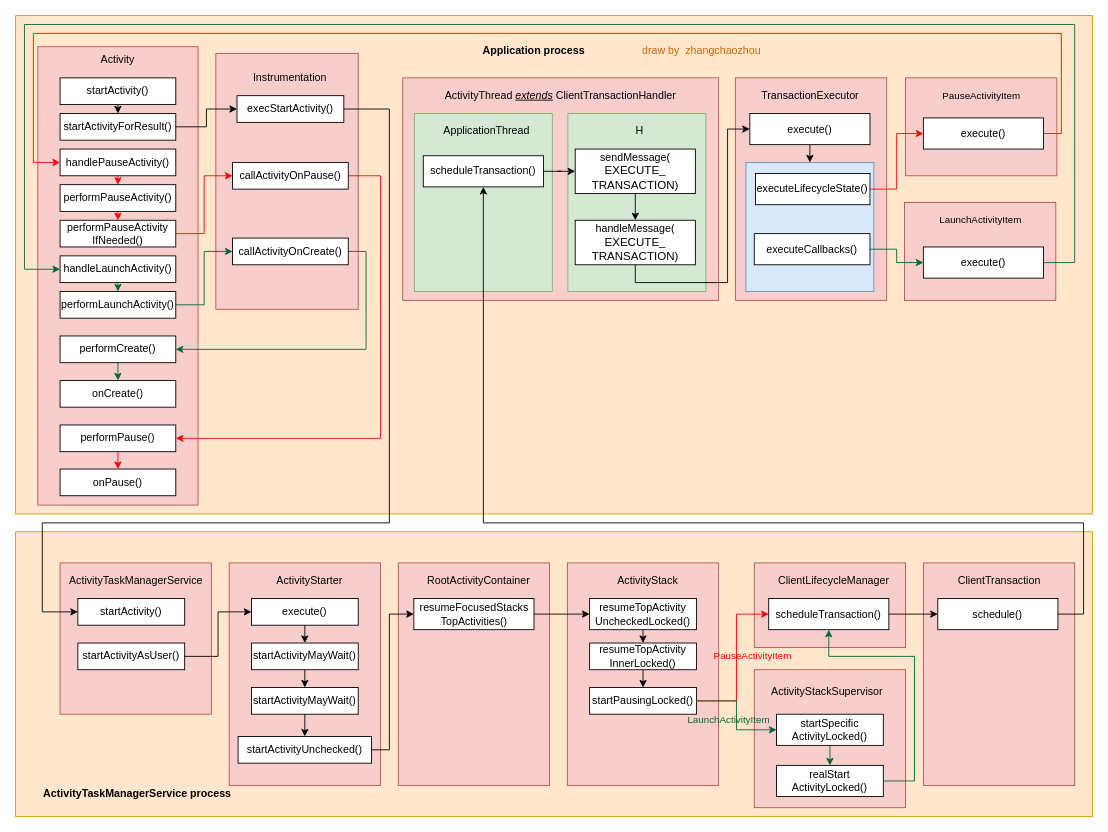
Earlier version of the draw.io diagram Android/StartActivity.drawio (chaozhouzhang/learning-summary). Source tidied: cells renumbered, new cells numbered last; positions are measured from the earlier drawing's top-left corner, leaving out a move shared by most shapes. Both pictures are drawn from the tidied source at 89%, with x=0, y=0 at pixel (15, 15).
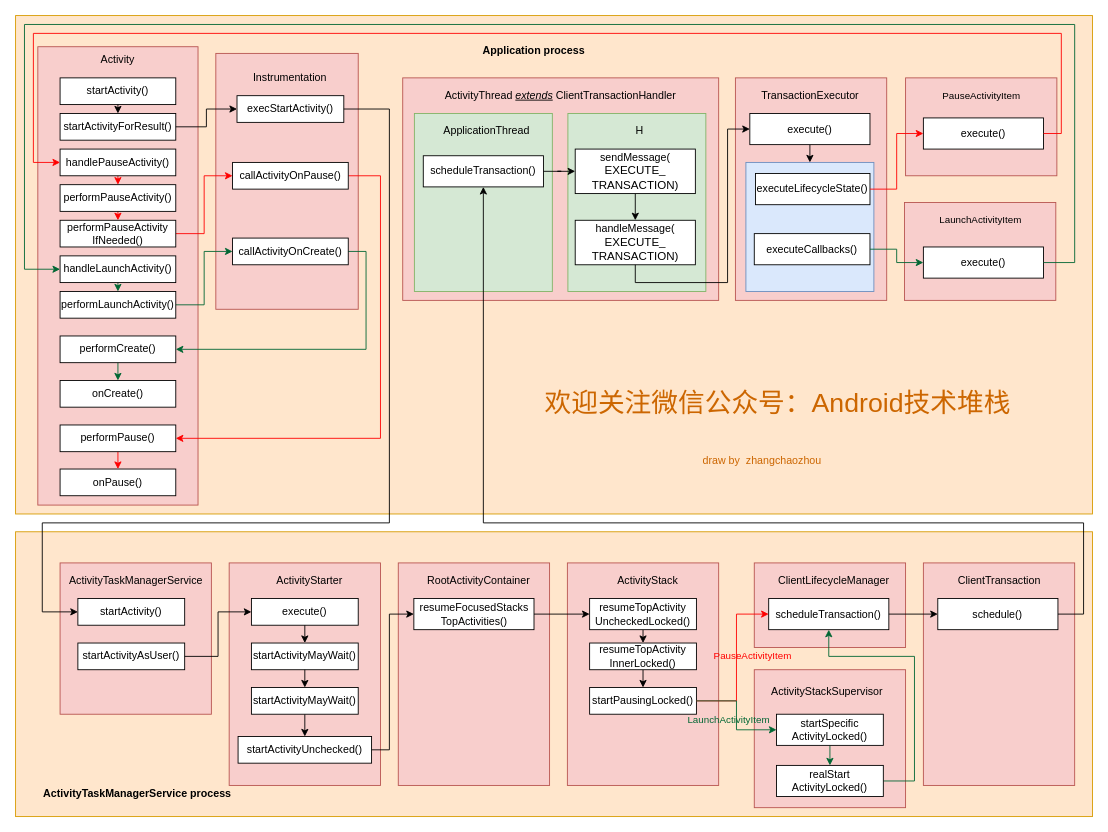
The same diagram, later.

What changed in the source:
```diff
@@
     <mxCell id="64" value="draw by&amp;nbsp; zhangchaozhou" style="text;html=1;strokeColor=none;fillColor=none;align=center;verticalAlign=middle;whiteSpace=wrap;rounded=0;labelBackgroundColor=none;fontColor=#CC6600;" parent="1" vertex="1">
-      <mxGeometry x="696.2" y="30" width="150" height="20" as="geometry" />
+      <mxGeometry x="763.8" y="489.5" width="150" height="20" as="geometry" />
     </mxCell>
@@
+    <mxCell id="111" value="&lt;font style=&quot;font-size: 30px&quot;&gt;欢迎关注微信公众号：Android技术堆栈&lt;/font&gt;" style="text;html=1;strokeColor=none;fillColor=none;align=center;verticalAlign=middle;whiteSpace=wrap;rounded=0;labelBackgroundColor=none;fontColor=#CC6600;" parent="1" vertex="1">
+      <mxGeometry x="593.1" y="400" width="526.9" height="70" as="geometry" />
+    </mxCell>
```
